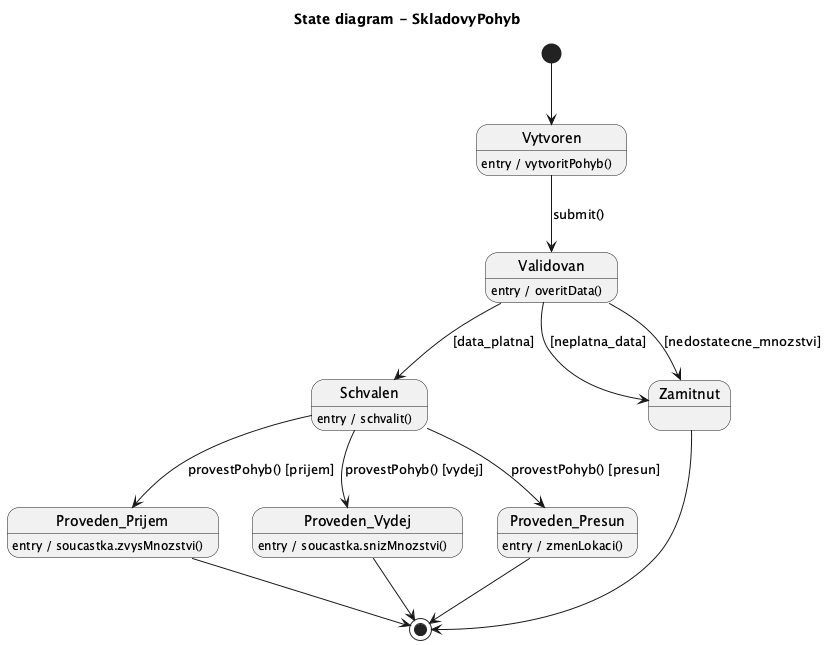
Above: docs/images/09_state_pohyb_skladu.png in lkvapil/wms-elektronicke-soucastky (PlantUML), before the change.
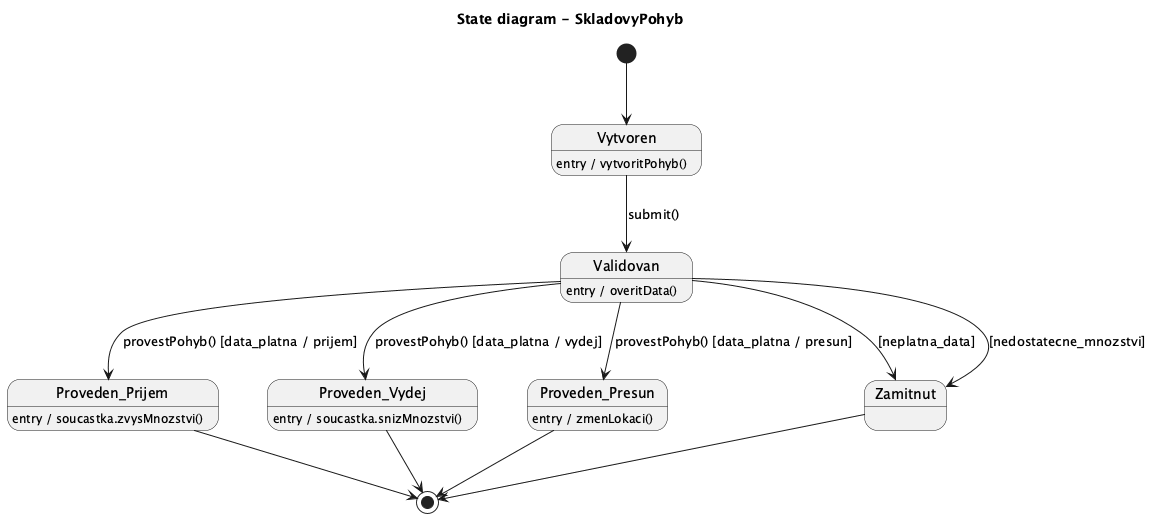
Above is the later version.

Commit message:
refactor: odstraneni stavu Schvalen a metody schvalit(), zjednoduseni state diagramu

Change to the diagram source:
```diff
@@ -7,14 +7,11 @@
 Vytvoren --> Validovan : submit()
 
 Validovan : entry / overitData()
-Validovan --> Schvalen : [data_platna]
+Validovan --> Proveden_Prijem : provestPohyb() [data_platna / prijem]
+Validovan --> Proveden_Vydej : provestPohyb() [data_platna / vydej]
+Validovan --> Proveden_Presun : provestPohyb() [data_platna / presun]
 Validovan --> Zamitnut : [neplatna_data]
 Validovan --> Zamitnut : [nedostatecne_mnozstvi]
-
-Schvalen : entry / schvalit()
-Schvalen --> Proveden_Prijem : provestPohyb() [prijem]
-Schvalen --> Proveden_Vydej : provestPohyb() [vydej]
-Schvalen --> Proveden_Presun : provestPohyb() [presun]
 
 Proveden_Prijem : entry / soucastka.zvysMnozstvi()
 Proveden_Vydej : entry / soucastka.snizMnozstvi()
```
